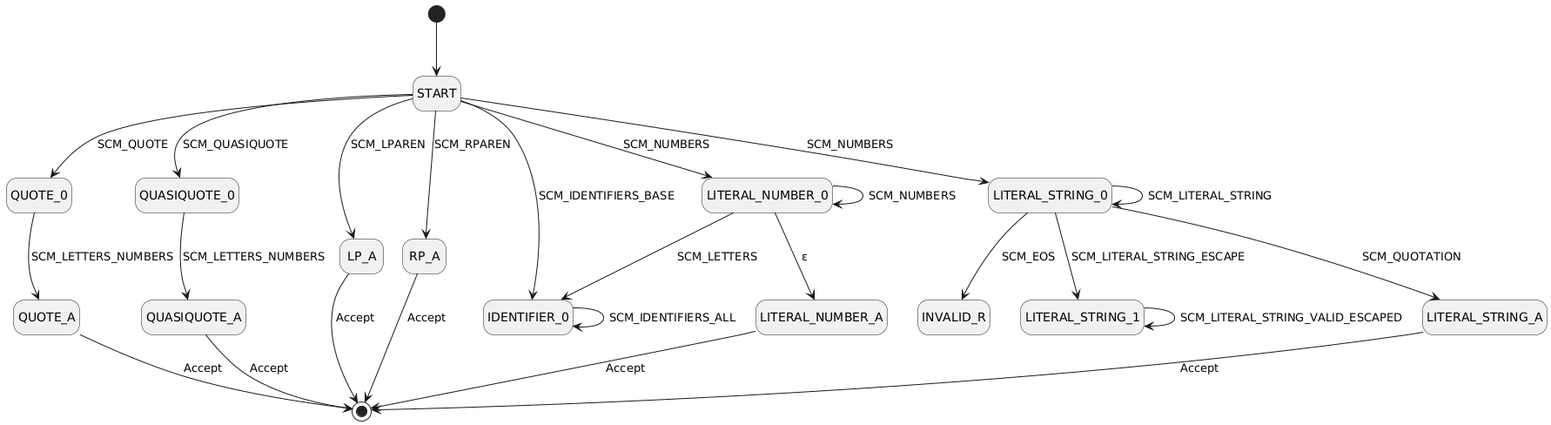
Before: c/docs/test.png, a diagram exported from PlantUML (s4izh/mini-scheme).
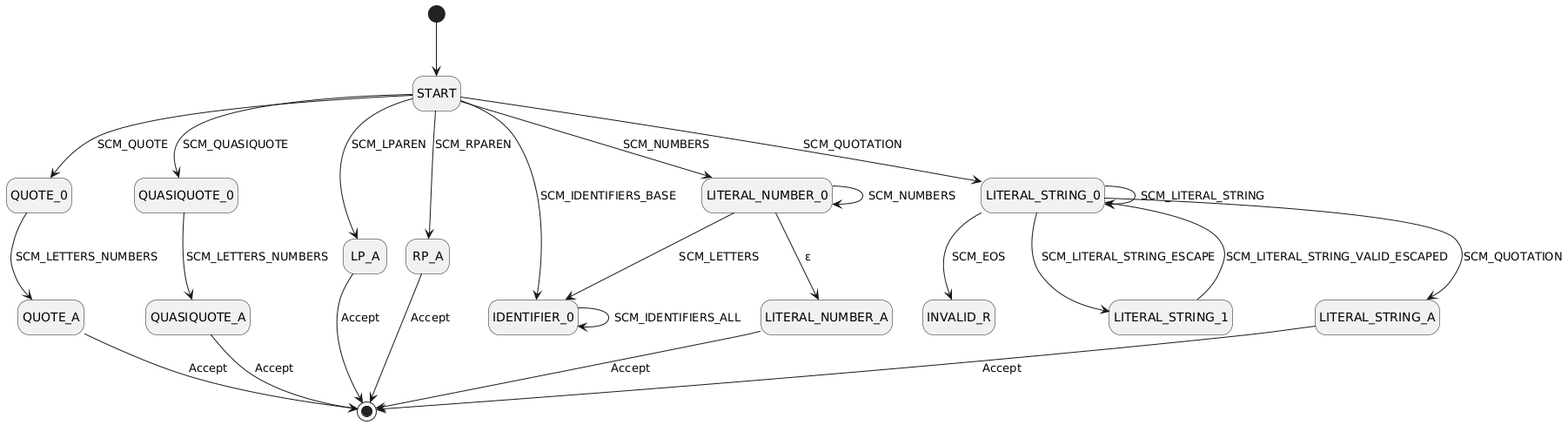
The same file after the commit.

Diff of the diagram source:
```diff
@@ -9,7 +9,7 @@
 START --> RP_A : SCM_RPAREN
 START --> IDENTIFIER_0 : SCM_IDENTIFIERS_BASE
 START --> LITERAL_NUMBER_0 : SCM_NUMBERS
-START --> LITERAL_STRING_0 : SCM_NUMBERS
+START --> LITERAL_STRING_0 : SCM_QUOTATION
 
 QUOTE_0 --> QUOTE_A : SCM_LETTERS_NUMBERS
 QUASIQUOTE_0 --> QUASIQUOTE_A : SCM_LETTERS_NUMBERS
@@ -22,7 +22,7 @@
 LITERAL_STRING_0 --> LITERAL_STRING_0 : SCM_LITERAL_STRING
 LITERAL_STRING_0 --> LITERAL_STRING_1 : SCM_LITERAL_STRING_ESCAPE
 LITERAL_STRING_0 --> LITERAL_STRING_A : SCM_QUOTATION
-LITERAL_STRING_1 --> LITERAL_STRING_1 : SCM_LITERAL_STRING_VALID_ESCAPED
+LITERAL_STRING_1 --> LITERAL_STRING_0 : SCM_LITERAL_STRING_VALID_ESCAPED
 
 QUOTE_A --> [*] : Accept
 QUASIQUOTE_A --> [*] : Accept
```
